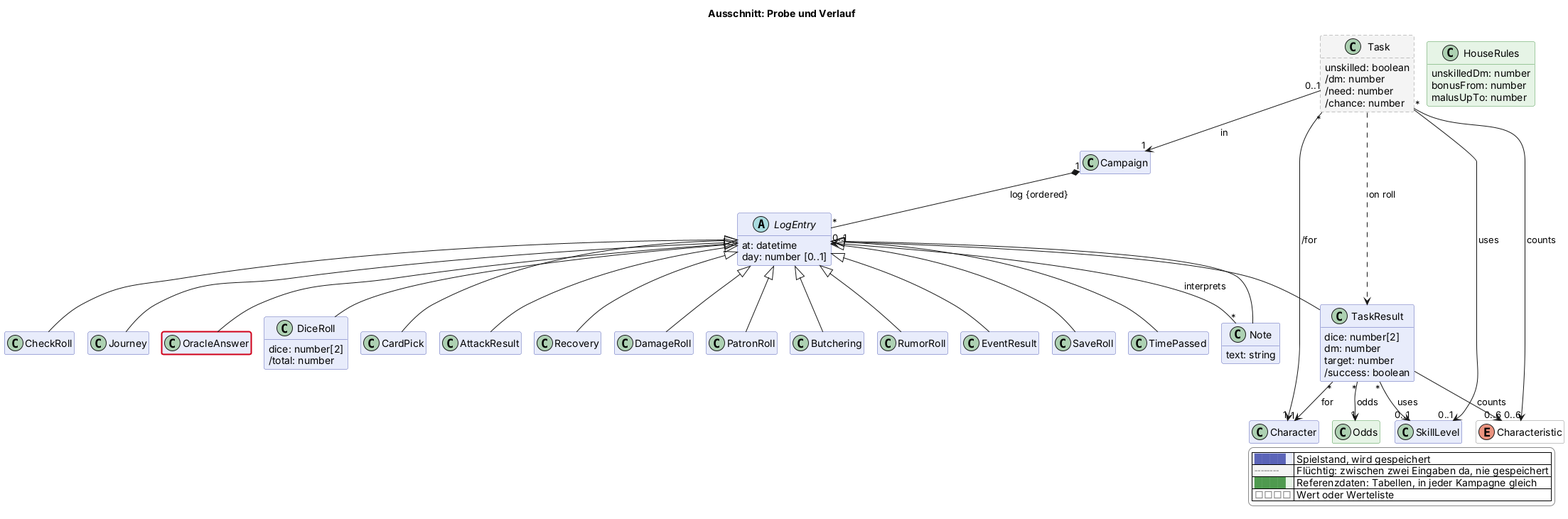
Above: docs/views/probe.png in scuzzar/SRE (PlantUML), before the change.
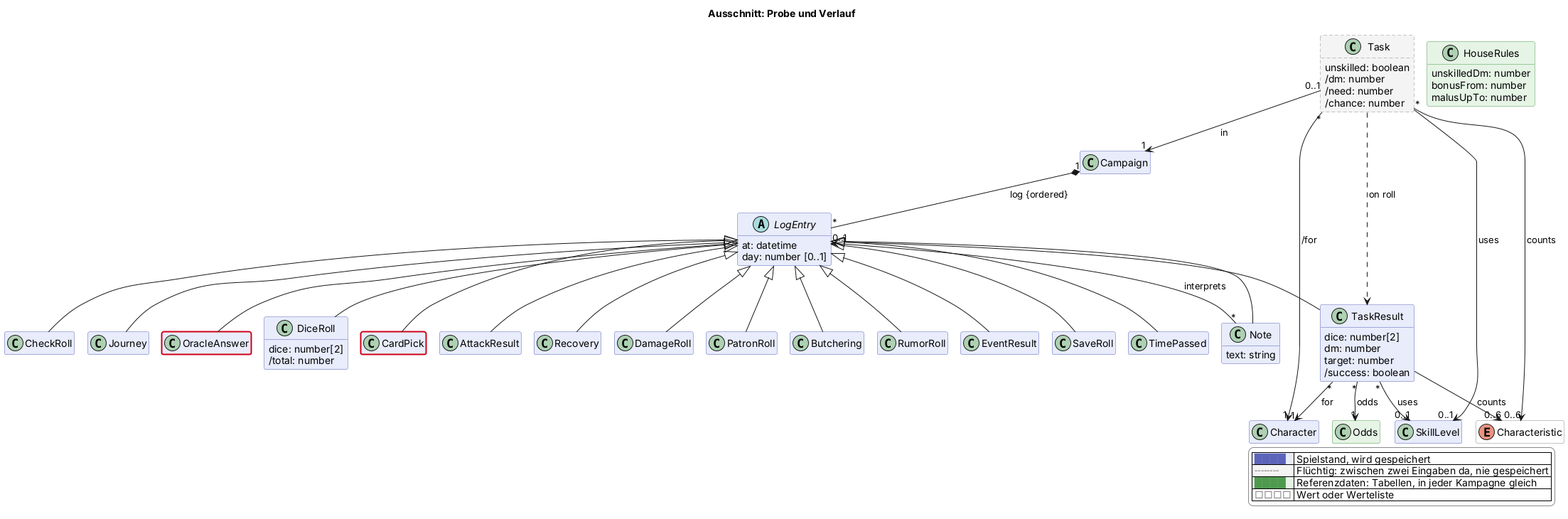
The same file after the commit.

Diff of the diagram source:
```diff
@@ -166,4 +166,5 @@
   |<#ffffff> <color:#8a8a8a>□□□□</color> | Wert oder Werteliste |
 endlegend
 class OracleAnswer #line:d0021b;line.bold
+class CardPick #line:d0021b;line.bold
 @enduml
```
